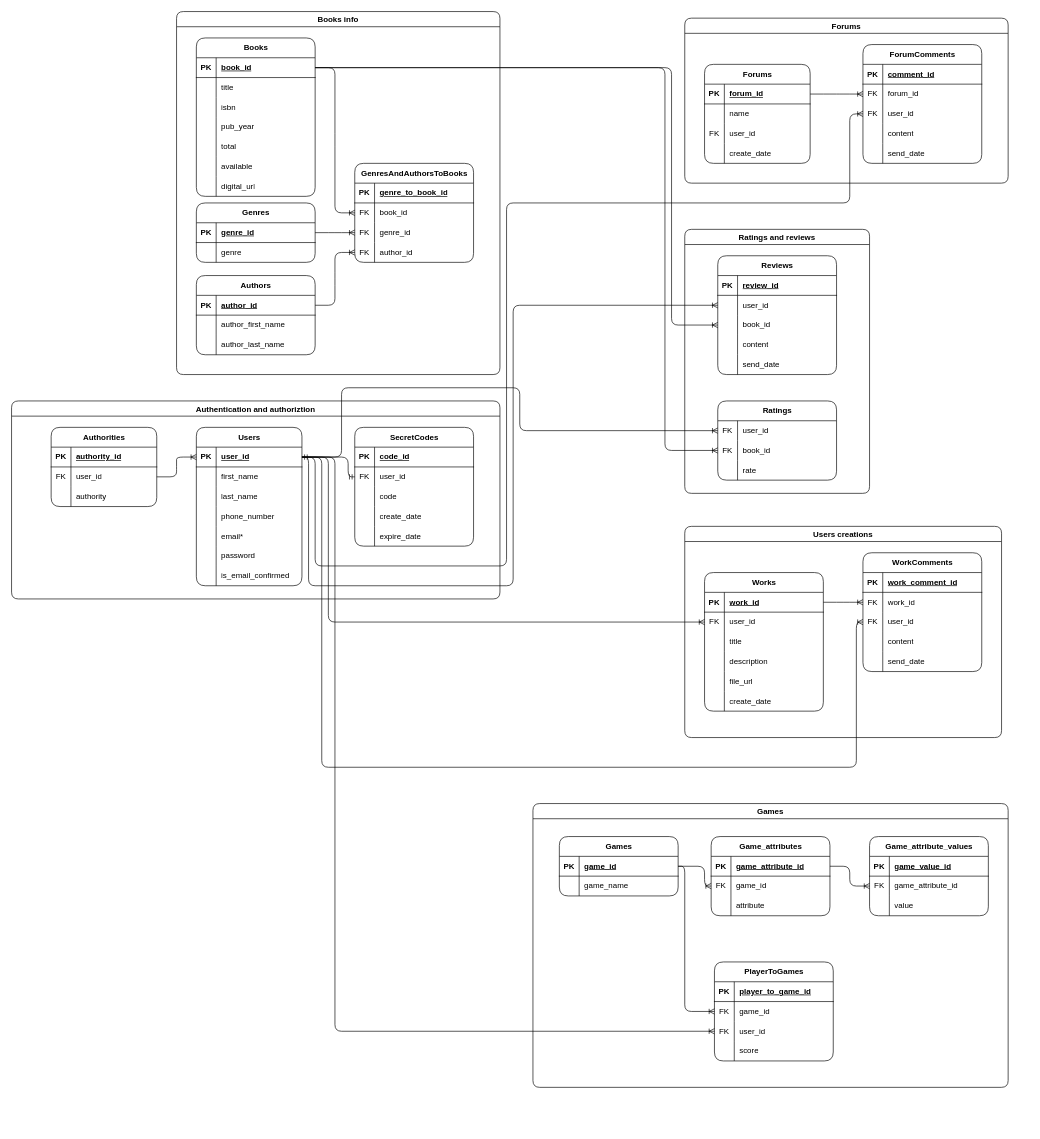
Before: library.drawio in Wthing/bs_hackathon_demo, a draw.io diagram. Source tidied: cells renumbered, new cells numbered last; positions are measured from the earlier drawing's top-left corner, leaving out a move shared by most shapes. Both pictures are drawn from the tidied source at 66%, with x=0, y=0 at pixel (11, 11).
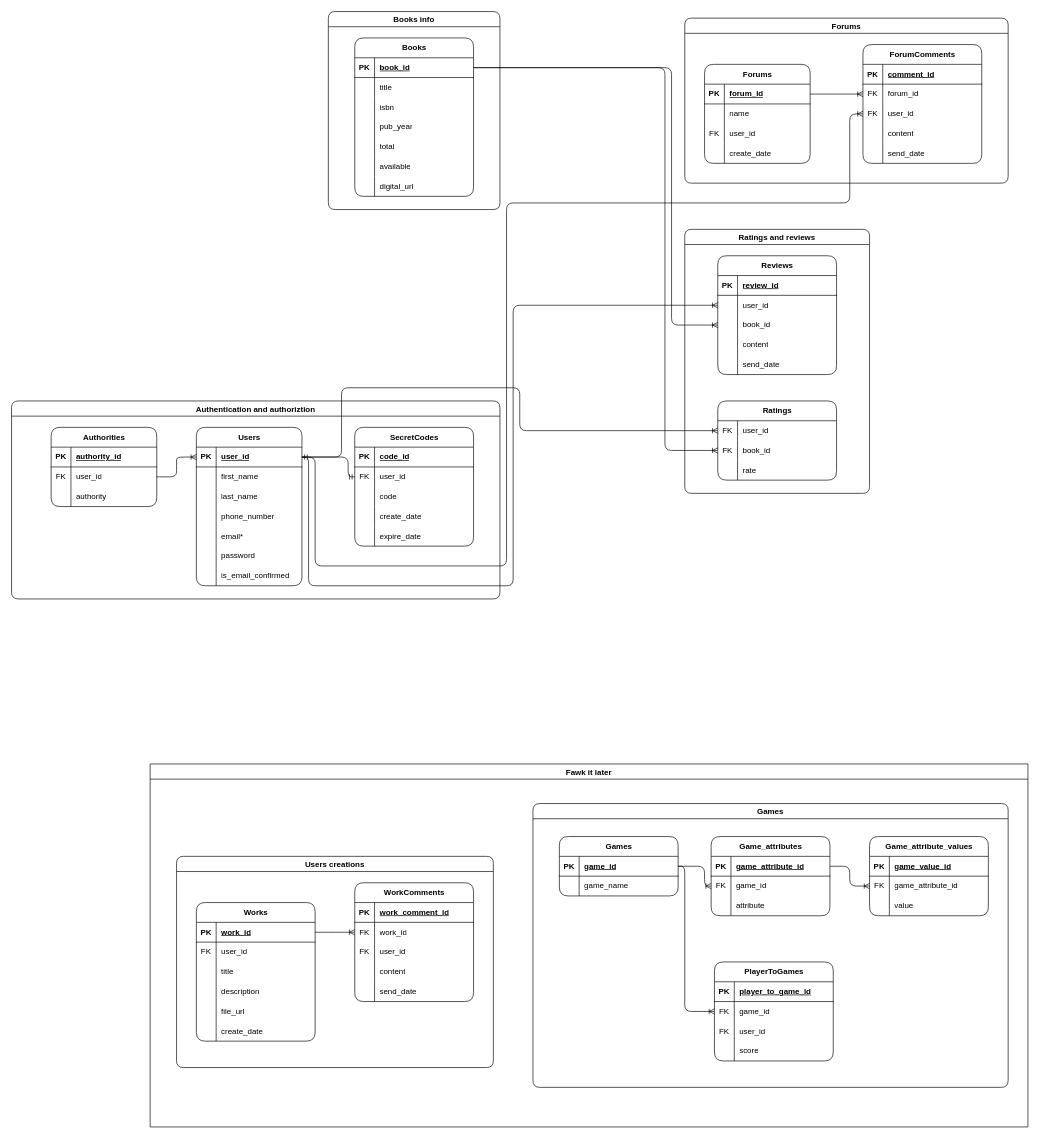
Above is the later version.

Commit message:
Crop database

The change refers to these unchanged cells:
```xml
<mxCell id="3" style="shape=tableRow;horizontal=0;startSize=0;swimlaneHead=0;swimlaneBody=0;fillColor=none;points=[[0,0.5],[1,0.5]];portConstraint=eastwest;top=0;left=0;right=0;bottom=1;rounded=1;labelBackgroundColor=none;" parent="2" vertex="1">
  <mxGeometry y="30" width="160" height="30" as="geometry" />
</mxCell>
<mxCell id="115" style="shape=tableRow;horizontal=0;startSize=0;swimlaneHead=0;swimlaneBody=0;fillColor=none;points=[[0,0.5],[1,0.5]];portConstraint=eastwest;top=0;left=0;right=0;bottom=1;rounded=1;labelBackgroundColor=none;" parent="114" vertex="1">
  <mxGeometry y="30" width="180" height="30" as="geometry" />
</mxCell>
<mxCell id="174" style="shape=tableRow;horizontal=0;startSize=0;swimlaneHead=0;swimlaneBody=0;fillColor=none;points=[[0,0.5],[1,0.5]];portConstraint=eastwest;top=0;left=0;right=0;bottom=0;rounded=1;labelBackgroundColor=none;" parent="170" vertex="1">
  <mxGeometry y="60" width="180" height="30" as="geometry" />
</mxCell>
<mxCell id="196" style="shape=tableRow;horizontal=0;startSize=0;swimlaneHead=0;swimlaneBody=0;fillColor=none;points=[[0,0.5],[1,0.5]];portConstraint=eastwest;top=0;left=0;right=0;bottom=0;rounded=1;labelBackgroundColor=none;" parent="189" vertex="1">
  <mxGeometry y="90" width="180" height="30" as="geometry" />
</mxCell>
<mxCell id="246" style="shape=tableRow;horizontal=0;startSize=0;swimlaneHead=0;swimlaneBody=0;fillColor=none;points=[[0,0.5],[1,0.5]];portConstraint=eastwest;top=0;left=0;right=0;bottom=0;labelBackgroundColor=none;rounded=1;" parent="239" vertex="1">
  <mxGeometry y="90" width="180" height="30" as="geometry" />
</mxCell>
```

Change to the diagram source:
```diff
@@
+    <mxCell id="148" value="Books info" style="swimlane;rounded=1;labelBackgroundColor=none;" parent="1" vertex="1">
+      <mxGeometry x="480" width="260" height="300" as="geometry" />
+    </mxCell>
-    <mxCell id="114" value="Books" style="shape=table;startSize=30;childLayout=tableLayout;rowLines=0;fontStyle=1;align=center;html=1;rounded=1;labelBackgroundColor=none;" parent="1" vertex="1">
-      <mxGeometry x="280" y="40" width="180" height="240" as="geometry" />
+    <mxCell id="114" value="Books" style="shape=table;startSize=30;childLayout=tableLayout;rowLines=0;fontStyle=1;align=center;html=1;rounded=1;labelBackgroundColor=none;" parent="148" vertex="1">
+      <mxGeometry x="40" y="40" width="180" height="240" as="geometry" />
     </mxCell>
@@
-    <mxCell id="136" value="Authors" style="shape=table;startSize=30;childLayout=tableLayout;rowLines=0;fontStyle=1;align=center;html=1;rounded=1;labelBackgroundColor=none;" parent="1" vertex="1">
-      <mxGeometry x="280" y="400" width="180" height="120" as="geometry" />
-    </mxCell>
-    <mxCell id="137" style="shape=tableRow;horizontal=0;startSize=0;swimlaneHead=0;swimlaneBody=0;fillColor=none;points=[[0,0.5],[1,0.5]];portConstraint=eastwest;top=0;left=0;right=0;bottom=1;rounded=1;labelBackgroundColor=none;" parent="136" vertex="1">
-      <mxGeometry y="30" width="180" height="30" as="geometry" />
-    </mxCell>
-    <mxCell id="138" value="PK" style="shape=partialRectangle;fillColor=none;top=0;left=0;bottom=0;right=0;fontStyle=1;overflow=hidden;whiteSpace=wrap;html=1;rounded=1;labelBackgroundColor=none;" parent="137" vertex="1">
-      <mxGeometry width="30" height="30" as="geometry" />
-    </mxCell>
-    <mxCell id="139" value="author_id" style="shape=partialRectangle;fillColor=none;top=0;left=0;bottom=0;right=0;align=left;spacingLeft=6;fontStyle=5;overflow=hidden;whiteSpace=wrap;html=1;rounded=1;labelBackgroundColor=none;" parent="137" vertex="1">
-      <mxGeometry x="30" width="150" height="30" as="geometry" />
-    </mxCell>
-    <mxCell id="140" style="shape=tableRow;horizontal=0;startSize=0;swimlaneHead=0;swimlaneBody=0;fillColor=none;top=0;left=0;right=0;bottom=0;rounded=1;labelBackgroundColor=none;" parent="136" vertex="1">
-      <mxGeometry y="60" width="180" height="30" as="geometry" />
-    </mxCell>
-    <mxCell id="141" style="shape=partialRectangle;fillColor=none;top=0;left=0;bottom=0;right=0;overflow=hidden;whiteSpace=wrap;html=1;rounded=1;labelBackgroundColor=none;" parent="140" vertex="1">
-      <mxGeometry width="30" height="30" as="geometry" />
-    </mxCell>
-    <mxCell id="142" value="author_first_name" style="shape=partialRectangle;fillColor=none;top=0;left=0;bottom=0;right=0;align=left;spacingLeft=6;overflow=hidden;whiteSpace=wrap;html=1;rounded=1;labelBackgroundColor=none;" parent="140" vertex="1">
-      <mxGeometry x="30" width="150" height="30" as="geometry" />
-    </mxCell>
-    <mxCell id="143" style="shape=tableRow;horizontal=0;startSize=0;swimlaneHead=0;swimlaneBody=0;fillColor=none;top=0;left=0;right=0;bottom=0;rounded=1;labelBackgroundColor=none;" parent="136" vertex="1">
-      <mxGeometry y="90" width="180" height="30" as="geometry" />
-    </mxCell>
-    <mxCell id="144" style="shape=partialRectangle;fillColor=none;top=0;left=0;bottom=0;right=0;overflow=hidden;whiteSpace=wrap;html=1;rounded=1;labelBackgroundColor=none;" parent="143" vertex="1">
-      <mxGeometry width="30" height="30" as="geometry" />
-    </mxCell>
-    <mxCell id="145" value="author_last_name" style="shape=partialRectangle;fillColor=none;top=0;left=0;bottom=0;right=0;align=left;spacingLeft=6;overflow=hidden;whiteSpace=wrap;html=1;rounded=1;labelBackgroundColor=none;" parent="143" vertex="1">
-      <mxGeometry x="30" width="150" height="30" as="geometry" />
-    </mxCell>
-    <mxCell id="146" style="edgeStyle=entityRelationEdgeStyle;fontSize=12;html=1;endArrow=ERoneToMany;rounded=1;exitX=1;exitY=0.5;exitDx=0;exitDy=0;entryX=0;entryY=0.5;entryDx=0;entryDy=0;labelBackgroundColor=none;fontColor=default;" parent="1" edge="1" source="115" target="160">
-      <mxGeometry relative="1" as="geometry" />
-    </mxCell>
-    <mxCell id="147" style="edgeStyle=entityRelationEdgeStyle;fontSize=12;html=1;endArrow=ERoneToMany;rounded=1;exitX=1;exitY=0.5;exitDx=0;exitDy=0;entryX=0;entryY=0.5;entryDx=0;entryDy=0;labelBackgroundColor=none;fontColor=default;" parent="1" edge="1" source="137" target="166">
-      <mxGeometry relative="1" as="geometry" />
-    </mxCell>
-    <mxCell id="148" value="Books info" style="swimlane;rounded=1;labelBackgroundColor=none;" parent="1" vertex="1">
-      <mxGeometry x="250" width="490" height="550" as="geometry" />
-    </mxCell>
-    <mxCell id="149" value="Genres" style="shape=table;startSize=30;childLayout=tableLayout;rowLines=0;fontStyle=1;align=center;html=1;rounded=1;labelBackgroundColor=none;" parent="148" vertex="1">
-      <mxGeometry x="30" y="290" width="180" height="90" as="geometry" />
-    </mxCell>
-    <mxCell id="150" style="shape=tableRow;horizontal=0;startSize=0;swimlaneHead=0;swimlaneBody=0;fillColor=none;points=[[0,0.5],[1,0.5]];portConstraint=eastwest;top=0;left=0;right=0;bottom=1;rounded=1;labelBackgroundColor=none;" parent="149" vertex="1">
-      <mxGeometry y="30" width="180" height="30" as="geometry" />
-    </mxCell>
-    <mxCell id="151" value="PK" style="shape=partialRectangle;fillColor=none;top=0;left=0;bottom=0;right=0;fontStyle=1;overflow=hidden;whiteSpace=wrap;html=1;rounded=1;labelBackgroundColor=none;" parent="150" vertex="1">
-      <mxGeometry width="30" height="30" as="geometry" />
-    </mxCell>
-    <mxCell id="152" value="genre_id" style="shape=partialRectangle;fillColor=none;top=0;left=0;bottom=0;right=0;align=left;spacingLeft=6;fontStyle=5;overflow=hidden;whiteSpace=wrap;html=1;rounded=1;labelBackgroundColor=none;" parent="150" vertex="1">
-      <mxGeometry x="30" width="150" height="30" as="geometry" />
-    </mxCell>
-    <mxCell id="153" style="shape=tableRow;horizontal=0;startSize=0;swimlaneHead=0;swimlaneBody=0;fillColor=none;top=0;left=0;right=0;bottom=0;rounded=1;labelBackgroundColor=none;" parent="149" vertex="1">
-      <mxGeometry y="60" width="180" height="30" as="geometry" />
-    </mxCell>
-    <mxCell id="154" style="shape=partialRectangle;fillColor=none;top=0;left=0;bottom=0;right=0;overflow=hidden;whiteSpace=wrap;html=1;rounded=1;labelBackgroundColor=none;" parent="153" vertex="1">
-      <mxGeometry width="30" height="30" as="geometry" />
-    </mxCell>
-    <mxCell id="155" value="genre" style="shape=partialRectangle;fillColor=none;top=0;left=0;bottom=0;right=0;align=left;spacingLeft=6;overflow=hidden;whiteSpace=wrap;html=1;rounded=1;labelBackgroundColor=none;" parent="153" vertex="1">
-      <mxGeometry x="30" width="150" height="30" as="geometry" />
-    </mxCell>
-    <mxCell id="156" value="GenresAndAuthorsToBooks" style="shape=table;startSize=30;childLayout=tableLayout;rowLines=0;fontStyle=1;align=center;html=1;rounded=1;labelBackgroundColor=none;" parent="148" vertex="1">
-      <mxGeometry x="270" y="230" width="180" height="150" as="geometry" />
-    </mxCell>
-    <mxCell id="157" style="shape=tableRow;horizontal=0;startSize=0;swimlaneHead=0;swimlaneBody=0;fillColor=none;top=0;left=0;right=0;bottom=1;rounded=1;labelBackgroundColor=none;" parent="156" vertex="1">
-      <mxGeometry y="30" width="180" height="30" as="geometry" />
-    </mxCell>
-    <mxCell id="158" value="PK" style="shape=partialRectangle;fillColor=none;top=0;left=0;bottom=0;right=0;fontStyle=1;overflow=hidden;whiteSpace=wrap;html=1;rounded=1;labelBackgroundColor=none;" parent="157" vertex="1">
-      <mxGeometry width="30" height="30" as="geometry" />
-    </mxCell>
-    <mxCell id="159" value="genre_to_book_id" style="shape=partialRectangle;fillColor=none;top=0;left=0;bottom=0;right=0;align=left;spacingLeft=6;fontStyle=5;overflow=hidden;whiteSpace=wrap;html=1;rounded=1;labelBackgroundColor=none;" parent="157" vertex="1">
-      <mxGeometry x="30" width="150" height="30" as="geometry" />
-    </mxCell>
-    <mxCell id="160" style="shape=tableRow;horizontal=0;startSize=0;swimlaneHead=0;swimlaneBody=0;fillColor=none;points=[[0,0.5],[1,0.5]];portConstraint=eastwest;top=0;left=0;right=0;bottom=0;rounded=1;labelBackgroundColor=none;" parent="156" vertex="1">
-      <mxGeometry y="60" width="180" height="30" as="geometry" />
-    </mxCell>
-    <mxCell id="161" value="FK" style="shape=partialRectangle;fillColor=none;top=0;left=0;bottom=0;right=0;overflow=hidden;whiteSpace=wrap;html=1;rounded=1;labelBackgroundColor=none;" parent="160" vertex="1">
-      <mxGeometry width="30" height="30" as="geometry" />
-    </mxCell>
-    <mxCell id="162" value="book_id" style="shape=partialRectangle;fillColor=none;top=0;left=0;bottom=0;right=0;align=left;spacingLeft=6;overflow=hidden;whiteSpace=wrap;html=1;rounded=1;labelBackgroundColor=none;" parent="160" vertex="1">
-      <mxGeometry x="30" width="150" height="30" as="geometry" />
-    </mxCell>
-    <mxCell id="163" style="shape=tableRow;horizontal=0;startSize=0;swimlaneHead=0;swimlaneBody=0;fillColor=none;points=[[0,0.5],[1,0.5]];portConstraint=eastwest;top=0;left=0;right=0;bottom=0;rounded=1;labelBackgroundColor=none;" parent="156" vertex="1">
-      <mxGeometry y="90" width="180" height="30" as="geometry" />
-    </mxCell>
-    <mxCell id="164" value="FK" style="shape=partialRectangle;fillColor=none;top=0;left=0;bottom=0;right=0;overflow=hidden;whiteSpace=wrap;html=1;rounded=1;labelBackgroundColor=none;" parent="163" vertex="1">
-      <mxGeometry width="30" height="30" as="geometry" />
-    </mxCell>
-    <mxCell id="165" value="genre_id" style="shape=partialRectangle;fillColor=none;top=0;left=0;bottom=0;right=0;align=left;spacingLeft=6;overflow=hidden;whiteSpace=wrap;html=1;rounded=1;labelBackgroundColor=none;" parent="163" vertex="1">
-      <mxGeometry x="30" width="150" height="30" as="geometry" />
-    </mxCell>
-    <mxCell id="166" style="shape=tableRow;horizontal=0;startSize=0;swimlaneHead=0;swimlaneBody=0;fillColor=none;points=[[0,0.5],[1,0.5]];portConstraint=eastwest;top=0;left=0;right=0;bottom=0;rounded=1;labelBackgroundColor=none;" parent="156" vertex="1">
-      <mxGeometry y="120" width="180" height="30" as="geometry" />
-    </mxCell>
-    <mxCell id="167" value="FK" style="shape=partialRectangle;fillColor=none;top=0;left=0;bottom=0;right=0;overflow=hidden;whiteSpace=wrap;html=1;rounded=1;labelBackgroundColor=none;" parent="166" vertex="1">
-      <mxGeometry width="30" height="30" as="geometry" />
-    </mxCell>
-    <mxCell id="168" value="author_id" style="shape=partialRectangle;fillColor=none;top=0;left=0;bottom=0;right=0;align=left;spacingLeft=6;overflow=hidden;whiteSpace=wrap;html=1;rounded=1;labelBackgroundColor=none;" parent="166" vertex="1">
-      <mxGeometry x="30" width="150" height="30" as="geometry" />
-    </mxCell>
-    <mxCell id="169" style="edgeStyle=entityRelationEdgeStyle;fontSize=12;html=1;endArrow=ERoneToMany;rounded=1;exitX=1;exitY=0.5;exitDx=0;exitDy=0;entryX=0;entryY=0.5;entryDx=0;entryDy=0;labelBackgroundColor=none;fontColor=default;" parent="148" edge="1" source="150" target="163">
-      <mxGeometry relative="1" as="geometry" />
-    </mxCell>
     <mxCell id="170" value="Works" style="shape=table;startSize=30;childLayout=tableLayout;rowLines=0;fontStyle=1;align=center;html=1;rounded=1;labelBackgroundColor=none;" parent="1" vertex="1">
-      <mxGeometry x="1050" y="850" width="180" height="210" as="geometry" />
+      <mxGeometry x="280" y="1350" width="180" height="210" as="geometry" />
     </mxCell>
@@
     <mxCell id="189" value="WorkComments" style="shape=table;startSize=30;childLayout=tableLayout;rowLines=0;fontStyle=1;align=center;html=1;rounded=1;labelBackgroundColor=none;" parent="1" vertex="1">
-      <mxGeometry x="1290" y="820" width="180" height="180" as="geometry" />
+      <mxGeometry x="520" y="1320" width="180" height="180" as="geometry" />
     </mxCell>
@@
-    <mxCell id="206" style="edgeStyle=orthogonalEdgeStyle;fontSize=12;html=1;endArrow=ERoneToMany;rounded=1;exitX=1;exitY=0.5;exitDx=0;exitDy=0;entryX=0;entryY=0.5;entryDx=0;entryDy=0;labelBackgroundColor=none;fontColor=default;" parent="1" edge="1" source="3" target="174">
-      <mxGeometry relative="1" as="geometry">
-        <Array as="points">
-          <mxPoint x="480" y="675" />
-          <mxPoint x="480" y="925" />
-        </Array>
-      </mxGeometry>
-    </mxCell>
-    <mxCell id="207" style="edgeStyle=orthogonalEdgeStyle;fontSize=12;html=1;endArrow=ERoneToMany;rounded=1;exitX=1;exitY=0.5;exitDx=0;exitDy=0;entryX=0;entryY=0.5;entryDx=0;entryDy=0;labelBackgroundColor=none;fontColor=default;" parent="1" edge="1" source="3" target="196">
-      <mxGeometry relative="1" as="geometry">
-        <Array as="points">
-          <mxPoint x="470" y="675" />
-          <mxPoint x="470" y="1145" />
-          <mxPoint x="1280" y="1145" />
-          <mxPoint x="1280" y="925" />
-        </Array>
-      </mxGeometry>
-    </mxCell>
     <mxCell id="208" value="Users creations" style="swimlane;rounded=1;labelBackgroundColor=none;" parent="1" vertex="1">
-      <mxGeometry x="1020" y="780" width="480" height="320" as="geometry" />
+      <mxGeometry x="250" y="1280" width="480" height="320" as="geometry" />
     </mxCell>
@@
-    <mxCell id="253" style="edgeStyle=orthogonalEdgeStyle;fontSize=12;html=1;endArrow=ERoneToMany;rounded=1;exitX=1;exitY=0.5;exitDx=0;exitDy=0;entryX=0;entryY=0.5;entryDx=0;entryDy=0;labelBackgroundColor=none;fontColor=default;" parent="1" edge="1" source="3" target="246">
-      <mxGeometry relative="1" as="geometry">
-        <Array as="points">
-          <mxPoint x="490" y="675" />
-          <mxPoint x="490" y="1545" />
-        </Array>
-      </mxGeometry>
-    </mxCell>
@@
+    <mxCell id="256" value="Fawk it later" style="swimlane;" parent="1" vertex="1">
+      <mxGeometry x="210" y="1140" width="1330" height="550" as="geometry" />
+    </mxCell>
```
